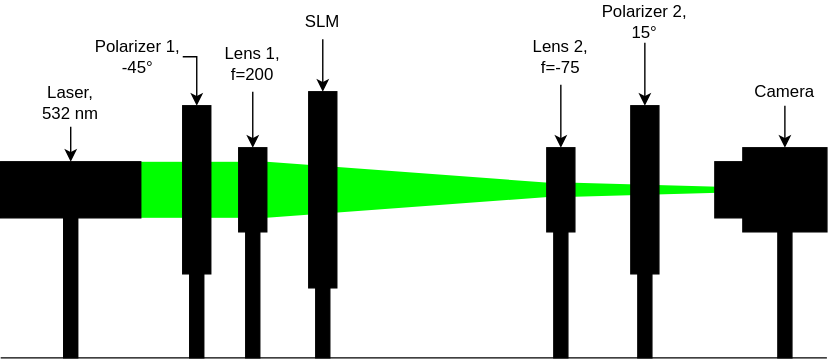
The draw.io diagram documentation/images/setup_3.svg in nbaehler/mask-designer, before a commit. Source tidied: cells renumbered, new cells last; positions are measured from the earlier drawing's top-left corner, leaving out a move shared by most shapes.
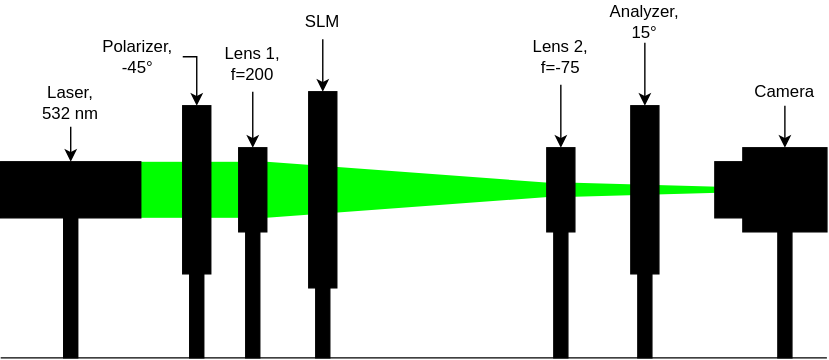
After the change.

Change to the diagram source:
```diff
@@ -44,7 +44,7 @@
     <mxCell id="14" style="edgeStyle=orthogonalEdgeStyle;rounded=0;jettySize=auto;html=1;exitX=1;exitY=0.5;exitDx=0;exitDy=0;entryX=0.5;entryY=0;entryDx=0;entryDy=0;" parent="1" edge="1" source="15" target="26">
       <mxGeometry relative="1" as="geometry" />
     </mxCell>
-    <mxCell id="15" value="Polarizer 1,&lt;br&gt;-45°" style="text;html=1;strokeColor=none;fillColor=none;align=center;verticalAlign=middle;whiteSpace=wrap;rounded=0;" parent="1" vertex="1">
+    <mxCell id="15" value="Polarizer,&lt;br&gt;-45°" style="text;html=1;strokeColor=none;fillColor=none;align=center;verticalAlign=middle;whiteSpace=wrap;rounded=0;" parent="1" vertex="1">
       <mxGeometry x="66" y="25" width="64" height="30" as="geometry" />
     </mxCell>
     <mxCell id="16" style="edgeStyle=orthogonalEdgeStyle;rounded=0;jettySize=auto;html=1;exitX=0.5;exitY=1;exitDx=0;exitDy=0;entryX=0.5;entryY=0;entryDx=0;entryDy=0;" parent="1" edge="1" source="17" target="32">
@@ -68,7 +68,7 @@
     <mxCell id="22" style="edgeStyle=none;html=1;" parent="1" edge="1" source="23" target="27">
       <mxGeometry relative="1" as="geometry" />
     </mxCell>
-    <mxCell id="23" value="Polarizer 2,&lt;br&gt;15°" style="text;html=1;strokeColor=none;fillColor=none;align=center;verticalAlign=middle;whiteSpace=wrap;rounded=0;" parent="1" vertex="1">
+    <mxCell id="23" value="Analyzer,&lt;br&gt;15°" style="text;html=1;strokeColor=none;fillColor=none;align=center;verticalAlign=middle;whiteSpace=wrap;rounded=0;" parent="1" vertex="1">
       <mxGeometry x="428" width="64" height="30" as="geometry" />
     </mxCell>
     <mxCell id="24" style="edgeStyle=orthogonalEdgeStyle;rounded=0;jettySize=auto;html=1;exitX=0.5;exitY=1;exitDx=0;exitDy=0;entryX=0.5;entryY=0;entryDx=0;entryDy=0;" parent="1" edge="1" source="25" target="35">
```
